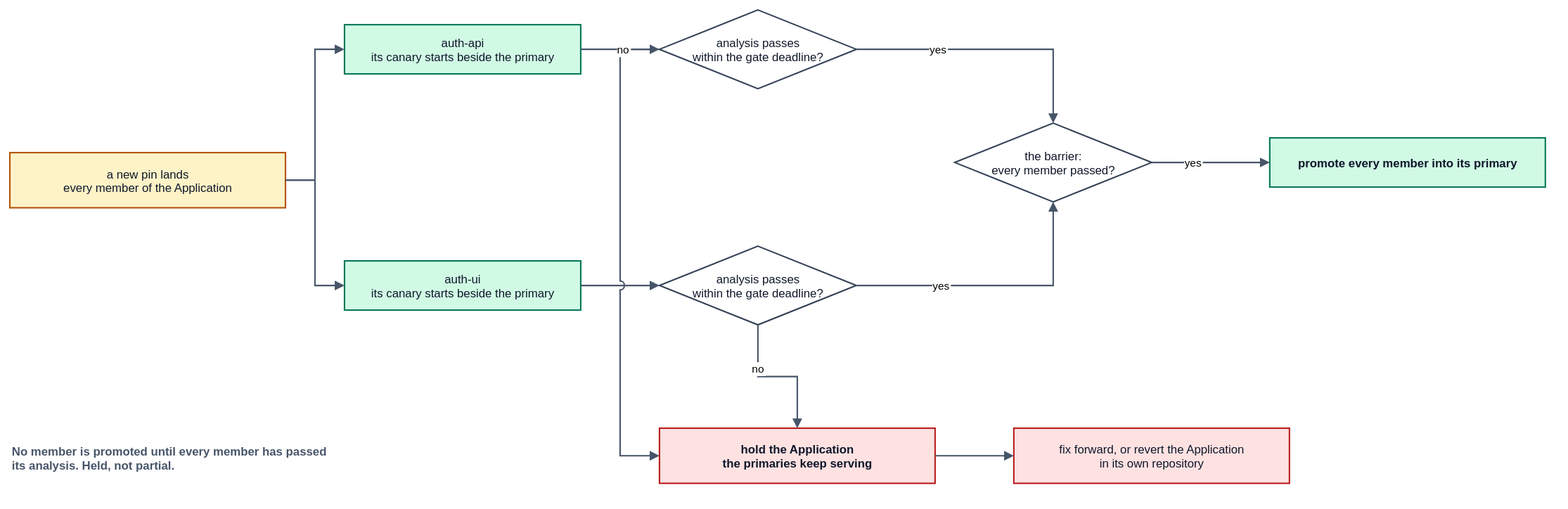
The draw.io diagram spec/v1/diagrams/50-release-unit-switchover.drawio.svg in JorisJonkers-dev/deploy-kit, before a commit. Source tidied: cells renumbered, new cells last; positions are measured from the earlier drawing's top-left corner, leaving out a move shared by most shapes.
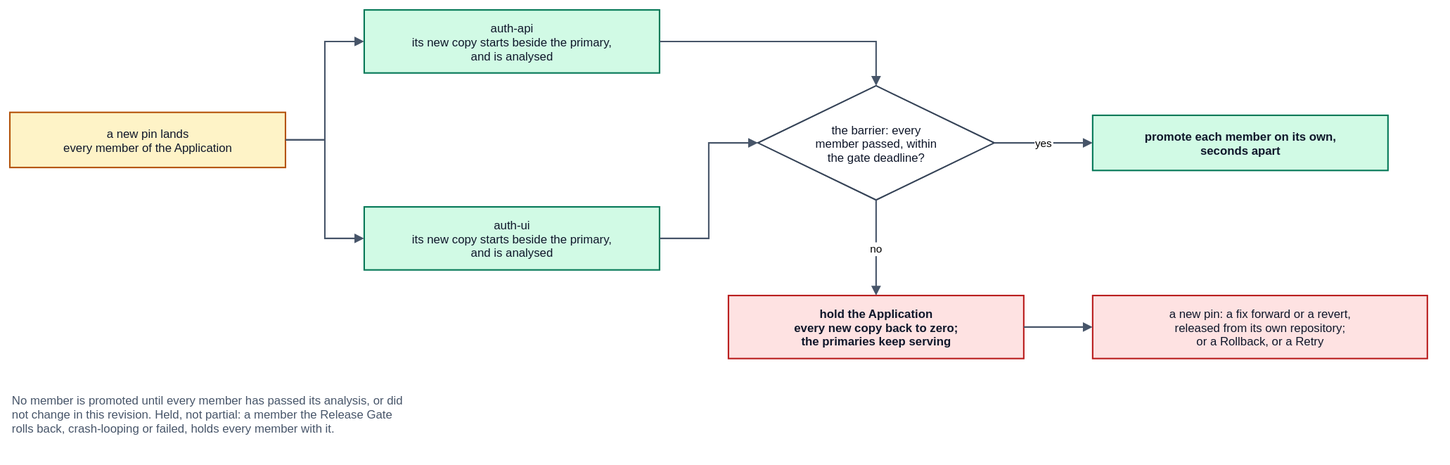
Above is the later version.

Commit message:
docs(spec): redraw the lifecycle diagrams: the barrier then a staggered promotion, and a release tag as the trigger

Change to the diagram source:
```diff
@@ -5,85 +5,47 @@
     <mxCell id="2" value="a new pin lands&#10;every member of the Application" style="rounded=0;whiteSpace=nowrap;html=0;align=center;verticalAlign=middle;fillColor=#fef3c7;strokeColor=#b45309;strokeWidth=1.5;fontFamily=Helvetica;fontSize=12;fontColor=#0f172a;" parent="1" vertex="1">
       <mxGeometry y="145" width="280" height="56" as="geometry" />
     </mxCell>
-    <mxCell id="3" value="auth-api&#10;its canary starts beside the primary" style="rounded=0;whiteSpace=nowrap;html=0;align=center;verticalAlign=middle;fillColor=#d1fae5;strokeColor=#047857;strokeWidth=1.5;fontFamily=Helvetica;fontSize=12;fontColor=#0f172a;" parent="1" vertex="1">
-      <mxGeometry x="340" y="15" width="240" height="50" as="geometry" />
-    </mxCell>
-    <mxCell id="4" value="auth-ui&#10;its canary starts beside the primary" style="rounded=0;whiteSpace=nowrap;html=0;align=center;verticalAlign=middle;fillColor=#d1fae5;strokeColor=#047857;strokeWidth=1.5;fontFamily=Helvetica;fontSize=12;fontColor=#0f172a;" parent="1" vertex="1">
-      <mxGeometry x="340" y="255" width="240" height="50" as="geometry" />
-    </mxCell>
-    <mxCell id="5" value="analysis passes&#10;within the gate deadline?" style="rhombus;rounded=0;whiteSpace=nowrap;html=0;align=center;verticalAlign=middle;fillColor=#ffffff;strokeColor=#334155;strokeWidth=1.5;fontFamily=Helvetica;fontSize=12;fontColor=#0f172a;" parent="1" vertex="1">
-      <mxGeometry x="660" width="200" height="80" as="geometry" />
-    </mxCell>
-    <mxCell id="6" value="analysis passes&#10;within the gate deadline?" style="rhombus;rounded=0;whiteSpace=nowrap;html=0;align=center;verticalAlign=middle;fillColor=#ffffff;strokeColor=#334155;strokeWidth=1.5;fontFamily=Helvetica;fontSize=12;fontColor=#0f172a;" parent="1" vertex="1">
-      <mxGeometry x="660" y="240" width="200" height="80" as="geometry" />
-    </mxCell>
-    <mxCell id="7" value="the barrier:&#10;every member passed?" style="rhombus;rounded=0;whiteSpace=nowrap;html=0;align=center;verticalAlign=middle;fillColor=#ffffff;strokeColor=#334155;strokeWidth=1.5;fontFamily=Helvetica;fontSize=12;fontColor=#0f172a;" parent="1" vertex="1">
-      <mxGeometry x="960" y="115" width="200" height="80" as="geometry" />
-    </mxCell>
-    <mxCell id="8" value="promote every member into its primary" style="rounded=0;whiteSpace=nowrap;html=0;align=center;verticalAlign=middle;fillColor=#d1fae5;strokeColor=#047857;strokeWidth=1.5;fontFamily=Helvetica;fontSize=12;fontColor=#0f172a;fontStyle=1;" parent="1" vertex="1">
-      <mxGeometry x="1280" y="130" width="280" height="50" as="geometry" />
-    </mxCell>
-    <mxCell id="9" value="hold the Application&#10;the primaries keep serving" style="rounded=0;whiteSpace=nowrap;html=0;align=center;verticalAlign=middle;fillColor=#fee2e2;strokeColor=#b91c1c;strokeWidth=1.5;fontFamily=Helvetica;fontSize=12;fontColor=#0f172a;fontStyle=1;" parent="1" vertex="1">
-      <mxGeometry x="660" y="425" width="280" height="56" as="geometry" />
-    </mxCell>
-    <mxCell id="10" value="fix forward, or revert the Application&#10;in its own repository" style="rounded=0;whiteSpace=nowrap;html=0;align=center;verticalAlign=middle;fillColor=#fee2e2;strokeColor=#b91c1c;strokeWidth=1.5;fontFamily=Helvetica;fontSize=12;fontColor=#0f172a;" parent="1" vertex="1">
-      <mxGeometry x="1020" y="425" width="280" height="56" as="geometry" />
-    </mxCell>
-    <mxCell id="11" style="edgeStyle=orthogonalEdgeStyle;rounded=0;html=0;jettySize=auto;jumpStyle=arc;jumpSize=8;endArrow=block;endFill=1;strokeColor=#475569;strokeWidth=1.5;fontSize=11;fontFamily=Helvetica;labelBackgroundColor=#ffffff;exitX=1;exitY=0.5;exitDx=0;exitDy=0;entryX=0;entryY=0.5;entryDx=0;entryDy=0;" parent="1" edge="1" source="2" target="3">
-      <mxGeometry relative="1" as="geometry">
-        <Array as="points">
-          <mxPoint x="310" y="173" />
-          <mxPoint x="310" y="40" />
-        </Array>
-      </mxGeometry>
-    </mxCell>
-    <mxCell id="12" style="edgeStyle=orthogonalEdgeStyle;rounded=0;html=0;jettySize=auto;jumpStyle=arc;jumpSize=8;endArrow=block;endFill=1;strokeColor=#475569;strokeWidth=1.5;fontSize=11;fontFamily=Helvetica;labelBackgroundColor=#ffffff;exitX=1;exitY=0.5;exitDx=0;exitDy=0;entryX=0;entryY=0.5;entryDx=0;entryDy=0;" parent="1" edge="1" source="2" target="4">
-      <mxGeometry relative="1" as="geometry">
-        <Array as="points">
-          <mxPoint x="310" y="173" />
-          <mxPoint x="310" y="280" />
-        </Array>
-      </mxGeometry>
-    </mxCell>
-    <mxCell id="13" style="edgeStyle=orthogonalEdgeStyle;rounded=0;html=0;jettySize=auto;jumpStyle=arc;jumpSize=8;endArrow=block;endFill=1;strokeColor=#475569;strokeWidth=1.5;fontSize=11;fontFamily=Helvetica;labelBackgroundColor=#ffffff;exitX=1;exitY=0.5;exitDx=0;exitDy=0;entryX=0;entryY=0.5;entryDx=0;entryDy=0;" parent="1" edge="1" source="3" target="5">
-      <mxGeometry relative="1" as="geometry" />
-    </mxCell>
-    <mxCell id="14" style="edgeStyle=orthogonalEdgeStyle;rounded=0;html=0;jettySize=auto;jumpStyle=arc;jumpSize=8;endArrow=block;endFill=1;strokeColor=#475569;strokeWidth=1.5;fontSize=11;fontFamily=Helvetica;labelBackgroundColor=#ffffff;exitX=1;exitY=0.5;exitDx=0;exitDy=0;entryX=0;entryY=0.5;entryDx=0;entryDy=0;" parent="1" edge="1" source="4" target="6">
-      <mxGeometry relative="1" as="geometry" />
-    </mxCell>
-    <mxCell id="15" value="yes" style="edgeStyle=orthogonalEdgeStyle;rounded=0;html=0;jettySize=auto;jumpStyle=arc;jumpSize=8;endArrow=block;endFill=1;strokeColor=#475569;strokeWidth=1.5;fontSize=11;fontFamily=Helvetica;labelBackgroundColor=#ffffff;exitX=1;exitY=0.5;exitDx=0;exitDy=0;entryX=0.5;entryY=0;entryDx=0;entryDy=0;" parent="1" edge="1" source="5" target="7">
-      <mxGeometry x="-0.4" relative="1" as="geometry">
-        <Array as="points">
-          <mxPoint x="1060" y="40" />
-        </Array>
-      </mxGeometry>
-    </mxCell>
-    <mxCell id="16" value="yes" style="edgeStyle=orthogonalEdgeStyle;rounded=0;html=0;jettySize=auto;jumpStyle=arc;jumpSize=8;endArrow=block;endFill=1;strokeColor=#475569;strokeWidth=1.5;fontSize=11;fontFamily=Helvetica;labelBackgroundColor=#ffffff;exitX=1;exitY=0.5;exitDx=0;exitDy=0;entryX=0.5;entryY=1;entryDx=0;entryDy=0;" parent="1" edge="1" source="6" target="7">
-      <mxGeometry x="-0.4" relative="1" as="geometry">
-        <Array as="points">
-          <mxPoint x="1060" y="280" />
-        </Array>
-      </mxGeometry>
-    </mxCell>
+    <mxCell id="22" value="auth-api&#10;its new copy starts beside the primary,&#10;and is analysed" style="rounded=0;whiteSpace=nowrap;html=0;align=center;verticalAlign=middle;fillColor=#d1fae5;strokeColor=#047857;strokeWidth=1.5;fontFamily=Helvetica;fontSize=12;fontColor=#0f172a;" parent="1" vertex="1">
+      <mxGeometry x="360" y="41" width="300" height="64" as="geometry" />
+    </mxCell>
+    <mxCell id="23" value="auth-ui&#10;its new copy starts beside the primary,&#10;and is analysed" style="rounded=0;whiteSpace=nowrap;html=0;align=center;verticalAlign=middle;fillColor=#d1fae5;strokeColor=#047857;strokeWidth=1.5;fontFamily=Helvetica;fontSize=12;fontColor=#0f172a;" parent="1" vertex="1">
+      <mxGeometry x="360" y="241" width="300" height="64" as="geometry" />
+    </mxCell>
+    <mxCell id="24" value="the barrier: every&#10;member passed, within&#10;the gate deadline?" style="rhombus;rounded=0;whiteSpace=nowrap;html=0;align=center;verticalAlign=middle;fillColor=#ffffff;strokeColor=#334155;strokeWidth=1.5;fontFamily=Helvetica;fontSize=12;fontColor=#0f172a;" parent="1" vertex="1">
+      <mxGeometry x="760" y="118" width="240" height="116" as="geometry" />
+    </mxCell>
+    <mxCell id="25" value="promote each member on its own,&#10;seconds apart" style="rounded=0;whiteSpace=nowrap;html=0;align=center;verticalAlign=middle;fillColor=#d1fae5;strokeColor=#047857;strokeWidth=1.5;fontFamily=Helvetica;fontSize=12;fontColor=#0f172a;fontStyle=1;" parent="1" vertex="1">
+      <mxGeometry x="1100" y="148" width="300" height="56" as="geometry" />
+    </mxCell>
+    <mxCell id="26" value="hold the Application&#10;every new copy back to zero;&#10;the primaries keep serving" style="rounded=0;whiteSpace=nowrap;html=0;align=center;verticalAlign=middle;fillColor=#fee2e2;strokeColor=#b91c1c;strokeWidth=1.5;fontFamily=Helvetica;fontSize=12;fontColor=#0f172a;fontStyle=1;" parent="1" vertex="1">
+      <mxGeometry x="730" y="331" width="300" height="64" as="geometry" />
+    </mxCell>
+    <mxCell id="27" value="a new pin: a fix forward or a revert,&#10;released from its own repository;&#10;or a Rollback, or a Retry" style="rounded=0;whiteSpace=nowrap;html=0;align=center;verticalAlign=middle;fillColor=#fee2e2;strokeColor=#b91c1c;strokeWidth=1.5;fontFamily=Helvetica;fontSize=12;fontColor=#0f172a;" parent="1" vertex="1">
+      <mxGeometry x="1100" y="331" width="340" height="64" as="geometry" />
+    </mxCell>
+    <mxCell id="28" style="edgeStyle=orthogonalEdgeStyle;rounded=0;html=0;jettySize=auto;jumpStyle=arc;jumpSize=8;endArrow=block;endFill=1;strokeColor=#475569;strokeWidth=1.5;fontSize=11;fontFamily=Helvetica;labelBackgroundColor=#ffffff;exitX=1;exitY=0.5;exitDx=0;exitDy=0;entryX=0;entryY=0.5;entryDx=0;entryDy=0;" parent="1" edge="1" source="2" target="22">
+      <mxGeometry relative="1" as="geometry" />
+    </mxCell>
+    <mxCell id="29" style="edgeStyle=orthogonalEdgeStyle;rounded=0;html=0;jettySize=auto;jumpStyle=arc;jumpSize=8;endArrow=block;endFill=1;strokeColor=#475569;strokeWidth=1.5;fontSize=11;fontFamily=Helvetica;labelBackgroundColor=#ffffff;exitX=1;exitY=0.5;exitDx=0;exitDy=0;entryX=0;entryY=0.5;entryDx=0;entryDy=0;" parent="1" edge="1" source="2" target="23">
+      <mxGeometry relative="1" as="geometry" />
+    </mxCell>
+    <mxCell id="30" style="edgeStyle=orthogonalEdgeStyle;rounded=0;html=0;jettySize=auto;jumpStyle=arc;jumpSize=8;endArrow=block;endFill=1;strokeColor=#475569;strokeWidth=1.5;fontSize=11;fontFamily=Helvetica;labelBackgroundColor=#ffffff;exitX=1;exitY=0.5;exitDx=0;exitDy=0;entryX=0.5;entryY=0;entryDx=0;entryDy=0;" parent="1" edge="1" source="22" target="24">
+      <mxGeometry relative="1" as="geometry" />
+    </mxCell>
+    <mxCell id="31" style="edgeStyle=orthogonalEdgeStyle;rounded=0;html=0;jettySize=auto;jumpStyle=arc;jumpSize=8;endArrow=block;endFill=1;strokeColor=#475569;strokeWidth=1.5;fontSize=11;fontFamily=Helvetica;labelBackgroundColor=#ffffff;exitX=1;exitY=0.5;exitDx=0;exitDy=0;entryX=0;entryY=0.5;entryDx=0;entryDy=0;" parent="1" edge="1" source="23" target="24">
+      <mxGeometry relative="1" as="geometry" />
+    </mxCell>
-    <mxCell id="17" value="yes" style="edgeStyle=orthogonalEdgeStyle;rounded=0;html=0;jettySize=auto;jumpStyle=arc;jumpSize=8;endArrow=block;endFill=1;strokeColor=#475569;strokeWidth=1.5;fontSize=11;fontFamily=Helvetica;labelBackgroundColor=#ffffff;exitX=1;exitY=0.5;exitDx=0;exitDy=0;entryX=0;entryY=0.5;entryDx=0;entryDy=0;" parent="1" edge="1" source="7" target="8">
-      <mxGeometry x="-0.3" relative="1" as="geometry" />
+    <mxCell id="17" value="yes" style="edgeStyle=orthogonalEdgeStyle;rounded=0;html=0;jettySize=auto;jumpStyle=arc;jumpSize=8;endArrow=block;endFill=1;strokeColor=#475569;strokeWidth=1.5;fontSize=11;fontFamily=Helvetica;labelBackgroundColor=#ffffff;exitX=1;exitY=0.5;exitDx=0;exitDy=0;entryX=0;entryY=0.5;entryDx=0;entryDy=0;" parent="1" edge="1" source="24" target="25">
+      <mxGeometry relative="1" as="geometry" />
     </mxCell>
-    <mxCell id="18" value="no" style="edgeStyle=orthogonalEdgeStyle;rounded=0;html=0;jettySize=auto;jumpStyle=arc;jumpSize=8;endArrow=block;endFill=1;strokeColor=#475569;strokeWidth=1.5;fontSize=11;fontFamily=Helvetica;labelBackgroundColor=#ffffff;exitX=0;exitY=0.5;exitDx=0;exitDy=0;entryX=0;entryY=0.5;entryDx=0;entryDy=0;" parent="1" edge="1" source="5" target="9">
-      <mxGeometry x="-0.85" relative="1" as="geometry">
-        <Array as="points">
-          <mxPoint x="620" y="40" />
-          <mxPoint x="620" y="453" />
-        </Array>
-      </mxGeometry>
-    </mxCell>
-    <mxCell id="19" value="no" style="edgeStyle=orthogonalEdgeStyle;rounded=0;html=0;jettySize=auto;jumpStyle=arc;jumpSize=8;endArrow=block;endFill=1;strokeColor=#475569;strokeWidth=1.5;fontSize=11;fontFamily=Helvetica;labelBackgroundColor=#ffffff;exitX=0.5;exitY=1;exitDx=0;exitDy=0;entryX=0.5;entryY=0;entryDx=0;entryDy=0;" parent="1" edge="1" source="6" target="9">
-      <mxGeometry x="-0.4" relative="1" as="geometry" />
+    <mxCell id="19" value="no" style="edgeStyle=orthogonalEdgeStyle;rounded=0;html=0;jettySize=auto;jumpStyle=arc;jumpSize=8;endArrow=block;endFill=1;strokeColor=#475569;strokeWidth=1.5;fontSize=11;fontFamily=Helvetica;labelBackgroundColor=#ffffff;exitX=0.5;exitY=1;exitDx=0;exitDy=0;entryX=0.5;entryY=0;entryDx=0;entryDy=0;" parent="1" edge="1" source="24" target="26">
+      <mxGeometry relative="1" as="geometry" />
     </mxCell>
-    <mxCell id="20" style="edgeStyle=orthogonalEdgeStyle;rounded=0;html=0;jettySize=auto;jumpStyle=arc;jumpSize=8;endArrow=block;endFill=1;strokeColor=#475569;strokeWidth=1.5;fontSize=11;fontFamily=Helvetica;labelBackgroundColor=#ffffff;exitX=1;exitY=0.5;exitDx=0;exitDy=0;entryX=0;entryY=0.5;entryDx=0;entryDy=0;" parent="1" edge="1" source="9" target="10">
-      <mxGeometry relative="1" as="geometry" />
-    </mxCell>
-    <mxCell id="21" value="No member is promoted until every member has passed&#10;its analysis. Held, not partial." style="text;html=0;strokeColor=none;fillColor=none;align=left;verticalAlign=middle;fontFamily=Helvetica;fontSize=12;fontColor=#475569;fontStyle=1;" parent="1" vertex="1">
-      <mxGeometry y="425" width="420" height="60" as="geometry" />
-    </mxCell>
+    <mxCell id="32" style="edgeStyle=orthogonalEdgeStyle;rounded=0;html=0;jettySize=auto;jumpStyle=arc;jumpSize=8;endArrow=block;endFill=1;strokeColor=#475569;strokeWidth=1.5;fontSize=11;fontFamily=Helvetica;labelBackgroundColor=#ffffff;exitX=1;exitY=0.5;exitDx=0;exitDy=0;entryX=0;entryY=0.5;entryDx=0;entryDy=0;" parent="1" edge="1" source="26" target="27">
+      <mxGeometry relative="1" as="geometry" />
+    </mxCell>
+    <mxCell id="33" value="No member is promoted until every member has passed its analysis, or did&#10;not change in this revision. Held, not partial: a member the Release Gate&#10;rolls back, crash-looping or failed, holds every member with it." style="text;html=0;strokeColor=none;fillColor=none;align=left;verticalAlign=middle;fontFamily=Helvetica;fontSize=12;fontColor=#475569;" parent="1" vertex="1">
+      <mxGeometry y="421" width="640" height="60" as="geometry" />
+    </mxCell>
   </root>
 </mxGraphModel>
```
